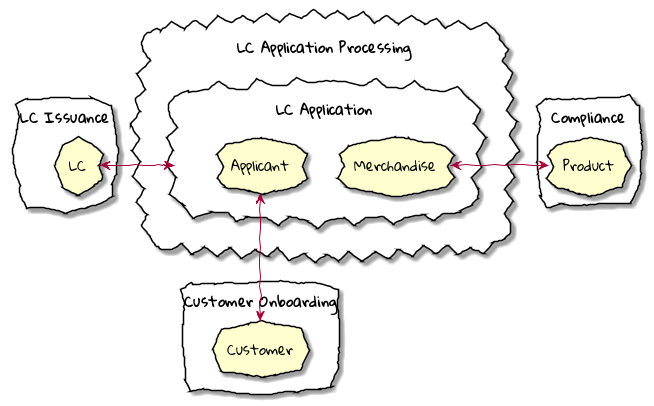
Above: images/lc-application.png in ddd-book-java/prem-website (PlantUML), before the change.
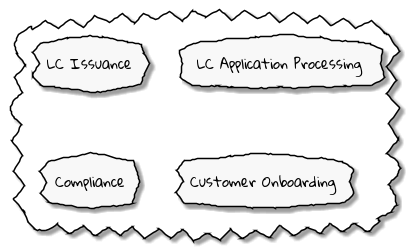
After the change.

Change to the diagram source:
```diff
@@ -1,24 +1,11 @@
 @startuml
+skinparam monochrome true
 skinparam CloudFontName "Gloria Hallelujah"
 skinparam handwritten true
-
-cloud "LC Issuance" as issuance {
-  cloud LC
+cloud {
+    cloud "LC Issuance" as issuance
+    cloud "LC Application Processing"
+    cloud Compliance
+    cloud "Customer Onboarding"
 }
-cloud "LC Application Processing" {
-  cloud "LC Application" as App {
-    cloud Merchandise as p1
-    cloud Applicant
-  }
-}
-cloud Compliance {
-  cloud Product as p2
-}
-cloud "Customer Onboarding" as onboarding {
-  cloud Customer as customer
-}
-LC <-> App
-p1 <-> p2
-Applicant <--> customer
-
 @enduml
```
